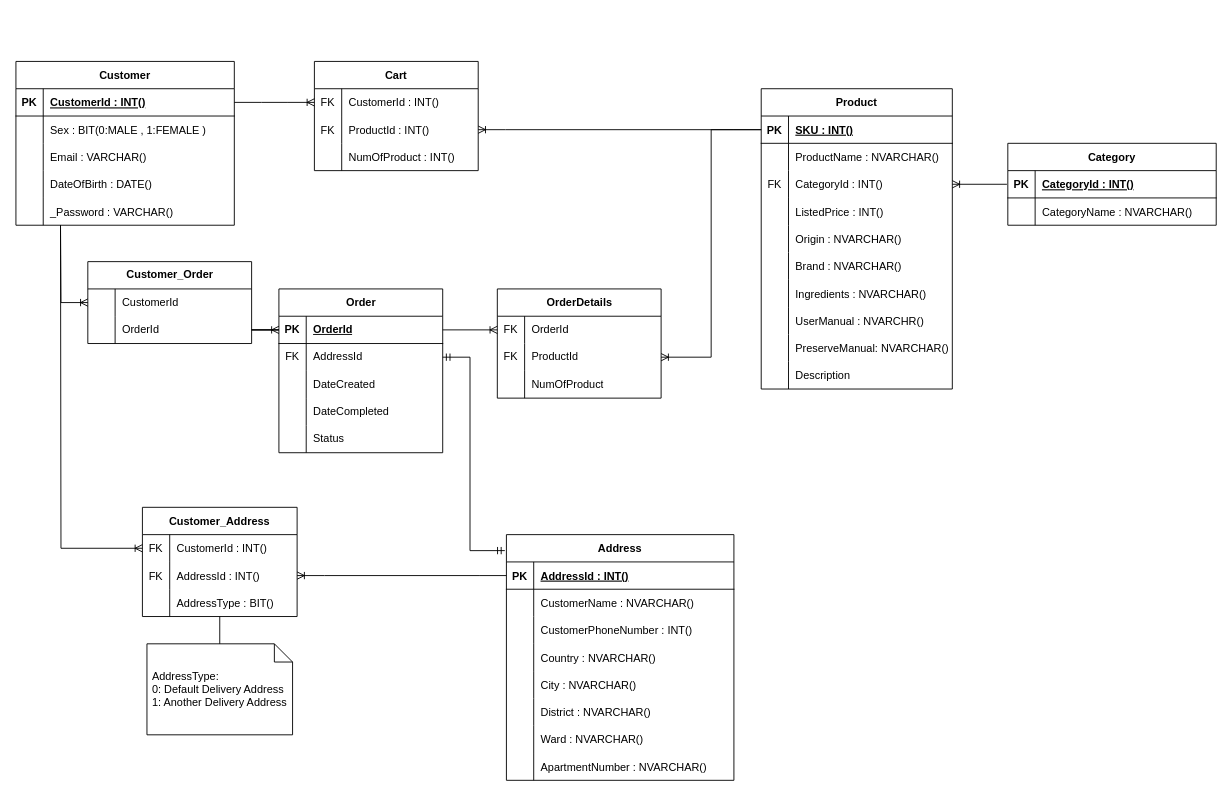
Earlier version of the draw.io diagram page "Database" (6 of 9) of __document/diagram/PBL03.drawio (BlenDMinh/PBL03). Source tidied: cells renumbered, new cells numbered last; positions are measured from the earlier drawing's top-left corner, leaving out a move shared by most shapes. Both pictures are drawn from the tidied source at 91%, with x=0, y=0 at pixel (15, 61).
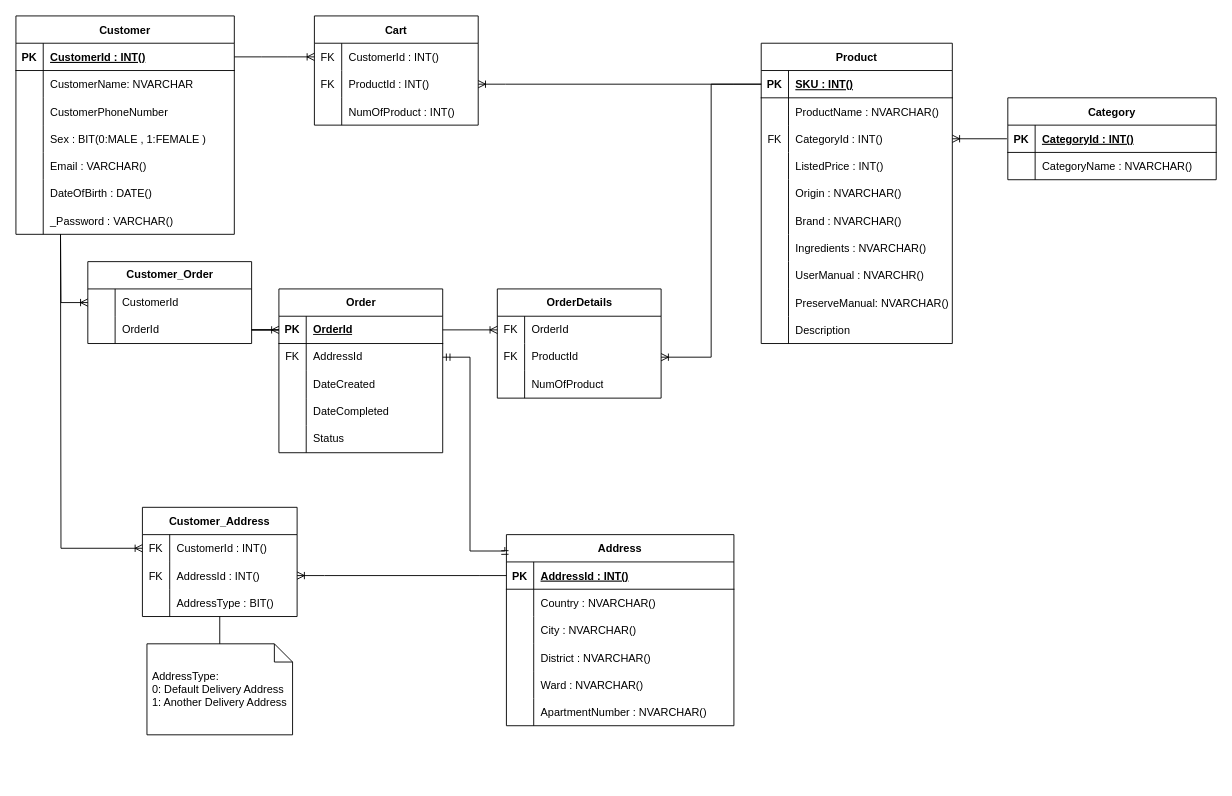
The same diagram, later.

Unchanged cells that the change refers to:
```xml
<mxCell id="9" style="shape=tableRow;horizontal=0;startSize=0;swimlaneHead=0;swimlaneBody=0;fillColor=none;points=[[0,0.5],[1,0.5]];portConstraint=eastwest;top=0;left=0;right=0;bottom=0;" parent="2" vertex="1">
  <mxGeometry y="90" width="210" height="30" as="geometry" />
</mxCell>
<mxCell id="82" style="shape=tableRow;horizontal=0;startSize=0;swimlaneHead=0;swimlaneBody=0;fillColor=none;points=[[0,0.5],[1,0.5]];portConstraint=eastwest;top=0;left=0;right=0;bottom=0;" parent="81" vertex="1">
  <mxGeometry y="30" width="170" height="30" as="geometry" />
</mxCell>
<mxCell id="109" style="shape=tableRow;horizontal=0;startSize=0;swimlaneHead=0;swimlaneBody=0;fillColor=none;points=[[0,0.5],[1,0.5]];portConstraint=eastwest;top=0;left=0;right=0;bottom=0;" parent="108" vertex="1">
  <mxGeometry y="30" width="180" height="30" as="geometry" />
</mxCell>
```

Diff of the diagram source:
```diff
@@
     <mxCell id="2" value="Product" style="shape=table;startSize=30;childLayout=tableLayout;rowLines=0;fontStyle=1;align=center;" parent="1" vertex="1">
-      <mxGeometry x="819" y="30" width="210" height="330" as="geometry" />
+      <mxGeometry x="819" y="-20" width="210" height="330" as="geometry" />
     </mxCell>
@@
     <mxCell id="33" value="Category" style="shape=table;startSize=30;childLayout=tableLayout;rowLines=0;fontStyle=1;align=center;" parent="1" vertex="1">
-      <mxGeometry x="1090" y="90" width="229" height="90" as="geometry" />
+      <mxGeometry x="1090" y="40" width="229" height="90" as="geometry" />
     </mxCell>
@@
     <mxCell id="40" value="Customer" style="shape=table;startSize=30;childLayout=tableLayout;rowLines=0;fontStyle=1;align=center;" parent="1" vertex="1">
-      <mxGeometry width="240" height="180" as="geometry" />
+      <mxGeometry y="-50" width="240" height="240" as="geometry" />
     </mxCell>
@@
+    <mxCell id="146" style="shape=tableRow;horizontal=0;startSize=0;swimlaneHead=0;swimlaneBody=0;fillColor=none;top=0;left=0;right=0;bottom=0;" parent="40" vertex="1">
+      <mxGeometry y="60" width="240" height="30" as="geometry" />
+    </mxCell>
+    <mxCell id="147" style="shape=partialRectangle;fillColor=none;top=0;left=0;bottom=0;right=0;overflow=hidden;" parent="146" vertex="1">
+      <mxGeometry width="30" height="30" as="geometry" />
+    </mxCell>
+    <mxCell id="148" value="CustomerName: NVARCHAR" style="shape=partialRectangle;fillColor=none;top=0;left=0;bottom=0;right=0;align=left;spacingLeft=6;overflow=hidden;" parent="146" vertex="1">
+      <mxGeometry x="30" width="210" height="30" as="geometry" />
+    </mxCell>
+    <mxCell id="149" style="shape=tableRow;horizontal=0;startSize=0;swimlaneHead=0;swimlaneBody=0;fillColor=none;top=0;left=0;right=0;bottom=0;" parent="40" vertex="1">
+      <mxGeometry y="90" width="240" height="30" as="geometry" />
+    </mxCell>
+    <mxCell id="150" style="shape=partialRectangle;fillColor=none;top=0;left=0;bottom=0;right=0;overflow=hidden;" parent="149" vertex="1">
+      <mxGeometry width="30" height="30" as="geometry" />
+    </mxCell>
+    <mxCell id="151" value="CustomerPhoneNumber" style="shape=partialRectangle;fillColor=none;top=0;left=0;bottom=0;right=0;align=left;spacingLeft=6;overflow=hidden;" parent="149" vertex="1">
+      <mxGeometry x="30" width="210" height="30" as="geometry" />
+    </mxCell>
     <mxCell id="44" style="shape=tableRow;horizontal=0;startSize=0;swimlaneHead=0;swimlaneBody=0;fillColor=none;top=0;left=0;right=0;bottom=0;" parent="40" vertex="1">
-      <mxGeometry y="60" width="240" height="30" as="geometry" />
+      <mxGeometry y="120" width="240" height="30" as="geometry" />
     </mxCell>
@@
     <mxCell id="47" style="shape=tableRow;horizontal=0;startSize=0;swimlaneHead=0;swimlaneBody=0;fillColor=none;top=0;left=0;right=0;bottom=0;" parent="40" vertex="1">
-      <mxGeometry y="90" width="240" height="30" as="geometry" />
+      <mxGeometry y="150" width="240" height="30" as="geometry" />
     </mxCell>
@@
     <mxCell id="50" style="shape=tableRow;horizontal=0;startSize=0;swimlaneHead=0;swimlaneBody=0;fillColor=none;top=0;left=0;right=0;bottom=0;" parent="40" vertex="1">
-      <mxGeometry y="120" width="240" height="30" as="geometry" />
+      <mxGeometry y="180" width="240" height="30" as="geometry" />
     </mxCell>
@@
     <mxCell id="53" style="shape=tableRow;horizontal=0;startSize=0;swimlaneHead=0;swimlaneBody=0;fillColor=none;top=0;left=0;right=0;bottom=0;" parent="40" vertex="1">
-      <mxGeometry y="150" width="240" height="30" as="geometry" />
+      <mxGeometry y="210" width="240" height="30" as="geometry" />
     </mxCell>
@@
     <mxCell id="56" value="Address" style="shape=table;startSize=30;childLayout=tableLayout;rowLines=0;fontStyle=1;align=center;" parent="1" vertex="1">
-      <mxGeometry x="539" y="520" width="250" height="270" as="geometry" />
+      <mxGeometry x="539" y="520" width="250" height="210" as="geometry" />
     </mxCell>
@@
-    <mxCell id="60" style="shape=tableRow;horizontal=0;startSize=0;swimlaneHead=0;swimlaneBody=0;fillColor=none;top=0;left=0;right=0;bottom=0;" parent="56" vertex="1">
-      <mxGeometry y="60" width="250" height="30" as="geometry" />
-    </mxCell>
-    <mxCell id="61" style="shape=partialRectangle;fillColor=none;top=0;left=0;bottom=0;right=0;overflow=hidden;" parent="60" vertex="1">
-      <mxGeometry width="30" height="30" as="geometry" />
-    </mxCell>
-    <mxCell id="62" value="CustomerName : NVARCHAR()" style="shape=partialRectangle;fillColor=none;top=0;left=0;bottom=0;right=0;align=left;spacingLeft=6;overflow=hidden;" parent="60" vertex="1">
-      <mxGeometry x="30" width="220" height="30" as="geometry" />
-    </mxCell>
-    <mxCell id="63" style="shape=tableRow;horizontal=0;startSize=0;swimlaneHead=0;swimlaneBody=0;fillColor=none;top=0;left=0;right=0;bottom=0;" parent="56" vertex="1">
-      <mxGeometry y="90" width="250" height="30" as="geometry" />
-    </mxCell>
-    <mxCell id="64" style="shape=partialRectangle;fillColor=none;top=0;left=0;bottom=0;right=0;overflow=hidden;" parent="63" vertex="1">
-      <mxGeometry width="30" height="30" as="geometry" />
-    </mxCell>
-    <mxCell id="65" value="CustomerPhoneNumber : INT()" style="shape=partialRectangle;fillColor=none;top=0;left=0;bottom=0;right=0;align=left;spacingLeft=6;overflow=hidden;" parent="63" vertex="1">
-      <mxGeometry x="30" width="220" height="30" as="geometry" />
-    </mxCell>
     <mxCell id="66" style="shape=tableRow;horizontal=0;startSize=0;swimlaneHead=0;swimlaneBody=0;fillColor=none;top=0;left=0;right=0;bottom=0;" parent="56" vertex="1">
-      <mxGeometry y="120" width="250" height="30" as="geometry" />
+      <mxGeometry y="60" width="250" height="30" as="geometry" />
     </mxCell>
@@
     <mxCell id="69" style="shape=tableRow;horizontal=0;startSize=0;swimlaneHead=0;swimlaneBody=0;fillColor=none;top=0;left=0;right=0;bottom=0;" parent="56" vertex="1">
-      <mxGeometry y="150" width="250" height="30" as="geometry" />
+      <mxGeometry y="90" width="250" height="30" as="geometry" />
     </mxCell>
@@
     <mxCell id="72" style="shape=tableRow;horizontal=0;startSize=0;swimlaneHead=0;swimlaneBody=0;fillColor=none;top=0;left=0;right=0;bottom=0;" parent="56" vertex="1">
-      <mxGeometry y="180" width="250" height="30" as="geometry" />
+      <mxGeometry y="120" width="250" height="30" as="geometry" />
     </mxCell>
@@
     <mxCell id="75" style="shape=tableRow;horizontal=0;startSize=0;swimlaneHead=0;swimlaneBody=0;fillColor=none;top=0;left=0;right=0;bottom=0;" parent="56" vertex="1">
-      <mxGeometry y="210" width="250" height="30" as="geometry" />
+      <mxGeometry y="150" width="250" height="30" as="geometry" />
     </mxCell>
@@
     <mxCell id="78" style="shape=tableRow;horizontal=0;startSize=0;swimlaneHead=0;swimlaneBody=0;fillColor=none;top=0;left=0;right=0;bottom=0;" parent="56" vertex="1">
-      <mxGeometry y="240" width="250" height="30" as="geometry" />
+      <mxGeometry y="180" width="250" height="30" as="geometry" />
     </mxCell>
@@
     <mxCell id="93" value="Cart" style="shape=table;startSize=30;childLayout=tableLayout;rowLines=0;fontStyle=1;align=center;" parent="1" vertex="1">
-      <mxGeometry x="328" width="180" height="120" as="geometry" />
+      <mxGeometry x="328" y="-50" width="180" height="120" as="geometry" />
     </mxCell>
@@
     <mxCell id="103" style="fontSize=12;html=1;endArrow=ERoneToMany;rounded=0;entryX=1;entryY=0.5;entryDx=0;entryDy=0;" parent="1" edge="1" target="9">
       <mxGeometry relative="1" as="geometry">
-        <mxPoint x="1089" y="135" as="sourcePoint" />
+        <mxPoint x="1089" y="85" as="sourcePoint" />
       </mxGeometry>
     </mxCell>
@@
     <mxCell id="106" style="fontSize=12;html=1;endArrow=ERoneToMany;rounded=0;entryX=0;entryY=0.5;entryDx=0;entryDy=0;edgeStyle=orthogonalEdgeStyle;" parent="1" edge="1" target="82">
       <mxGeometry relative="1" as="geometry">
-        <mxPoint x="49" y="180" as="sourcePoint" />
+        <mxPoint x="49" y="190" as="sourcePoint" />
       </mxGeometry>
     </mxCell>
@@
     <mxCell id="131" style="edgeStyle=orthogonalEdgeStyle;fontSize=12;html=1;endArrow=ERoneToMany;rounded=0;entryX=0;entryY=0.5;entryDx=0;entryDy=0;" parent="1" edge="1" target="109">
       <mxGeometry relative="1" as="geometry">
-        <mxPoint x="49" y="180" as="sourcePoint" />
+        <mxPoint x="49" y="190" as="sourcePoint" />
       </mxGeometry>
     </mxCell>
```
